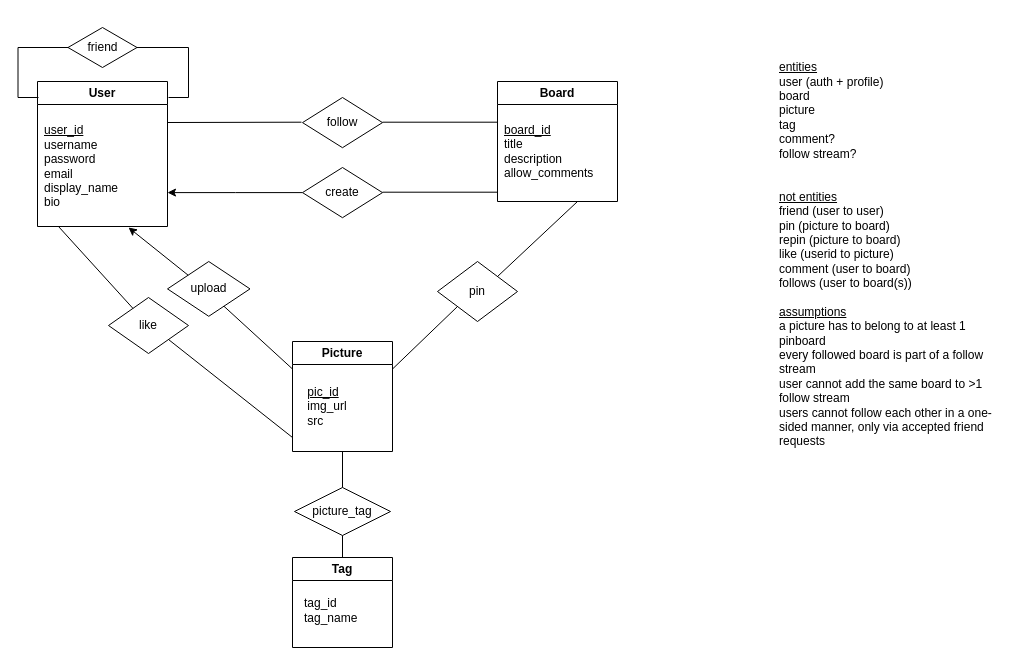
Earlier version of the draw.io diagram finalproject-er1.drawio (cucumberpeel/drawio-diagrams). Source tidied: cells renumbered, new cells numbered last; positions are measured from the earlier drawing's top-left corner, leaving out a move shared by most shapes. Both pictures are drawn from the tidied source at 100%, with x=0, y=0 at pixel (18, 27).
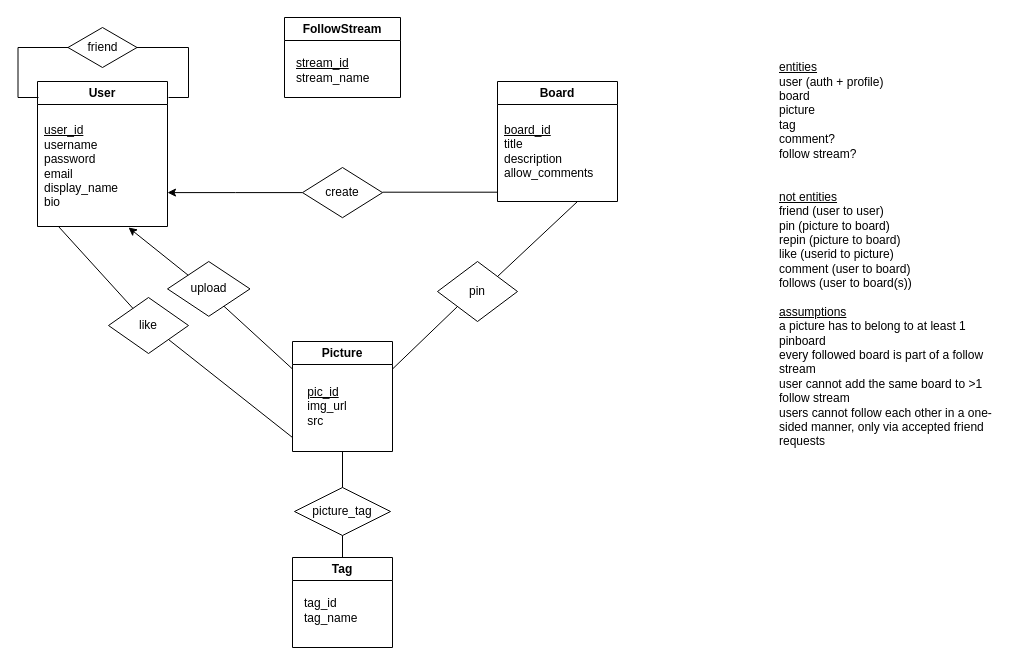
After the change.

Diff of the diagram source:
```diff
@@
-    <mxCell id="26" value="follow" style="rhombus;whiteSpace=wrap;html=1;" parent="1" vertex="1">
-      <mxGeometry x="284" y="70" width="80" height="50.2" as="geometry" />
-    </mxCell>
-    <mxCell id="27" style="endArrow=none;html=1;rounded=0;" parent="1" edge="1">
-      <mxGeometry relative="1" as="geometry">
-        <mxPoint x="364" y="94.7" as="sourcePoint" />
-        <mxPoint x="479" y="94.7" as="targetPoint" />
-      </mxGeometry>
-    </mxCell>
-    <mxCell id="28" style="endArrow=none;html=1;rounded=0;" parent="1" edge="1">
-      <mxGeometry relative="1" as="geometry">
-        <mxPoint x="149" y="95" as="sourcePoint" />
-        <mxPoint x="283" y="94.7" as="targetPoint" />
-      </mxGeometry>
-    </mxCell>
@@
+    <mxCell id="32" value="FollowStream" style="swimlane;whiteSpace=wrap;html=1;" parent="1" vertex="1">
+      <mxGeometry x="266" y="-10" width="116" height="80" as="geometry" />
+    </mxCell>
+    <mxCell id="33" value="&lt;u&gt;stream_id&lt;/u&gt;&lt;div&gt;stream_name&lt;/div&gt;" style="text;html=1;align=left;verticalAlign=middle;strokeColor=none;fillColor=none;" parent="32" vertex="1">
+      <mxGeometry x="10" y="33" width="100" height="40" as="geometry" />
+    </mxCell>
```
